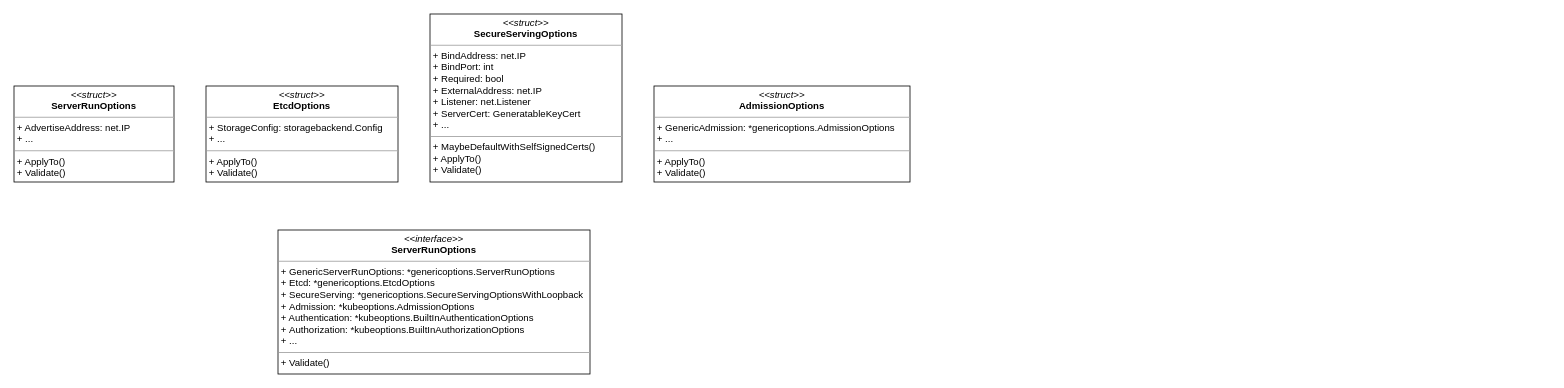
Richard-Joe/draw-io keeps this draw.io diagram as apiserver.drawio. Above is the earlier version. Source tidied: cells renumbered, new cells numbered last; positions are measured from the earlier drawing's top-left corner, leaving out a move shared by most shapes. Both pictures are drawn from the tidied source at 80%, with x=0, y=0 at pixel (14, 14).
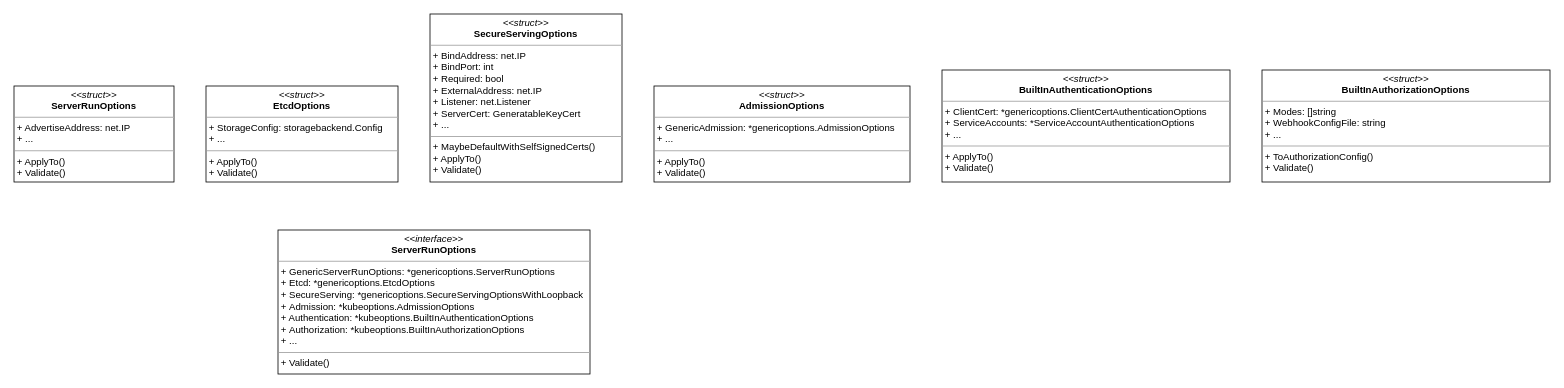
After the change.

Change to the diagram source:
```diff
@@
 <mxGraphModel>
   <root>
     <mxCell id="0" />
     <mxCell id="1" parent="0" />
     <mxCell id="2" value="&lt;p style=&quot;margin: 0px ; margin-top: 4px ; text-align: center&quot;&gt;&lt;i&gt;&amp;lt;&amp;lt;interface&amp;gt;&amp;gt;&lt;/i&gt;&lt;br&gt;&lt;b&gt;ServerRunOptions&lt;/b&gt;&lt;br&gt;&lt;/p&gt;&lt;hr size=&quot;1&quot;&gt;&lt;p style=&quot;margin: 0px ; margin-left: 4px&quot;&gt;+ GenericServerRunOptions: *genericoptions.ServerRunOptions&lt;br&gt;+ Etcd: *genericoptions.EtcdOptions&lt;/p&gt;&lt;p style=&quot;margin: 0px ; margin-left: 4px&quot;&gt;+&amp;nbsp;SecureServing:&amp;nbsp;*genericoptions.SecureServingOptionsWithLoopback&lt;/p&gt;&lt;p style=&quot;margin: 0px ; margin-left: 4px&quot;&gt;+&amp;nbsp;Admission:&amp;nbsp;*kubeoptions.AdmissionOptions&lt;/p&gt;&lt;p style=&quot;margin: 0px ; margin-left: 4px&quot;&gt;+ Authentication:&amp;nbsp;*kubeoptions.BuiltInAuthenticationOptions&lt;/p&gt;&lt;p style=&quot;margin: 0px ; margin-left: 4px&quot;&gt;+&amp;nbsp;Authorization:&amp;nbsp;*kubeoptions.BuiltInAuthorizationOptions&lt;/p&gt;&lt;p style=&quot;margin: 0px ; margin-left: 4px&quot;&gt;+ ...&lt;/p&gt;&lt;hr size=&quot;1&quot;&gt;&lt;p style=&quot;margin: 0px ; margin-left: 4px&quot;&gt;+ Validate()&lt;br&gt;&lt;/p&gt;" style="verticalAlign=top;align=left;overflow=fill;fontSize=12;fontFamily=Helvetica;html=1;" parent="1" vertex="1">
       <mxGeometry x="330" y="270" width="390" height="180" as="geometry" />
     </mxCell>
     <mxCell id="3" value="&lt;p style=&quot;margin: 0px ; margin-top: 4px ; text-align: center&quot;&gt;&lt;i&gt;&amp;lt;&amp;lt;struct&amp;gt;&amp;gt;&lt;/i&gt;&lt;br&gt;&lt;b&gt;SecureServingOptions&lt;/b&gt;&lt;br&gt;&lt;/p&gt;&lt;hr size=&quot;1&quot;&gt;&lt;p style=&quot;margin: 0px ; margin-left: 4px&quot;&gt;+ BindAddress: net.IP&lt;br&gt;+ BindPort: int&lt;/p&gt;&lt;p style=&quot;margin: 0px ; margin-left: 4px&quot;&gt;+&amp;nbsp;Required:&amp;nbsp;bool&lt;/p&gt;&lt;p style=&quot;margin: 0px ; margin-left: 4px&quot;&gt;+&amp;nbsp;ExternalAddress:&amp;nbsp;net.IP&lt;/p&gt;&lt;p style=&quot;margin: 0px ; margin-left: 4px&quot;&gt;+ Listener:&amp;nbsp;net.Listener&lt;/p&gt;&lt;p style=&quot;margin: 0px ; margin-left: 4px&quot;&gt;+&amp;nbsp;ServerCert:&amp;nbsp;GeneratableKeyCert&lt;/p&gt;&lt;p style=&quot;margin: 0px ; margin-left: 4px&quot;&gt;+ ...&lt;/p&gt;&lt;hr size=&quot;1&quot;&gt;&lt;p style=&quot;margin: 0px ; margin-left: 4px&quot;&gt;+ MaybeDefaultWithSelfSignedCerts()&lt;br&gt;+ ApplyTo()&lt;/p&gt;&lt;p style=&quot;margin: 0px ; margin-left: 4px&quot;&gt;+&amp;nbsp;Validate()&lt;/p&gt;" style="verticalAlign=top;align=left;overflow=fill;fontSize=12;fontFamily=Helvetica;html=1;" parent="1" vertex="1">
       <mxGeometry x="520" width="240" height="210" as="geometry" />
     </mxCell>
     <mxCell id="4" value="&lt;p style=&quot;margin: 0px ; margin-top: 4px ; text-align: center&quot;&gt;&lt;i&gt;&amp;lt;&amp;lt;struct&amp;gt;&amp;gt;&lt;/i&gt;&lt;br&gt;&lt;b&gt;ServerRunOptions&lt;/b&gt;&lt;br&gt;&lt;/p&gt;&lt;hr size=&quot;1&quot;&gt;&lt;p style=&quot;margin: 0px ; margin-left: 4px&quot;&gt;+ AdvertiseAddress: net.IP&lt;br&gt;&lt;/p&gt;&lt;p style=&quot;margin: 0px ; margin-left: 4px&quot;&gt;+ ...&lt;/p&gt;&lt;hr size=&quot;1&quot;&gt;&lt;p style=&quot;margin: 0px ; margin-left: 4px&quot;&gt;+ ApplyTo()&lt;/p&gt;&lt;p style=&quot;margin: 0px ; margin-left: 4px&quot;&gt;+&amp;nbsp;Validate()&lt;/p&gt;" style="verticalAlign=top;align=left;overflow=fill;fontSize=12;fontFamily=Helvetica;html=1;" parent="1" vertex="1">
       <mxGeometry y="90" width="200" height="120" as="geometry" />
     </mxCell>
     <mxCell id="5" value="&lt;p style=&quot;margin: 0px ; margin-top: 4px ; text-align: center&quot;&gt;&lt;i&gt;&amp;lt;&amp;lt;struct&amp;gt;&amp;gt;&lt;/i&gt;&lt;br&gt;&lt;b&gt;EtcdOptions&lt;/b&gt;&lt;br&gt;&lt;/p&gt;&lt;hr size=&quot;1&quot;&gt;&lt;p style=&quot;margin: 0px ; margin-left: 4px&quot;&gt;+ StorageConfig: storagebackend.Config&lt;br&gt;&lt;/p&gt;&lt;p style=&quot;margin: 0px ; margin-left: 4px&quot;&gt;+ ...&lt;/p&gt;&lt;hr size=&quot;1&quot;&gt;&lt;p style=&quot;margin: 0px ; margin-left: 4px&quot;&gt;+ ApplyTo()&lt;/p&gt;&lt;p style=&quot;margin: 0px ; margin-left: 4px&quot;&gt;+&amp;nbsp;Validate()&lt;/p&gt;" style="verticalAlign=top;align=left;overflow=fill;fontSize=12;fontFamily=Helvetica;html=1;" parent="1" vertex="1">
       <mxGeometry x="240" y="90" width="240" height="120" as="geometry" />
     </mxCell>
     <mxCell id="6" value="&lt;p style=&quot;margin: 0px ; margin-top: 4px ; text-align: center&quot;&gt;&lt;i&gt;&amp;lt;&amp;lt;struct&amp;gt;&amp;gt;&lt;/i&gt;&lt;br&gt;&lt;b&gt;AdmissionOptions&lt;/b&gt;&lt;br&gt;&lt;/p&gt;&lt;hr size=&quot;1&quot;&gt;&lt;p style=&quot;margin: 0px ; margin-left: 4px&quot;&gt;+ GenericAdmission: *genericoptions.AdmissionOptions&lt;br&gt;&lt;/p&gt;&lt;p style=&quot;margin: 0px ; margin-left: 4px&quot;&gt;+ ...&lt;/p&gt;&lt;hr size=&quot;1&quot;&gt;&lt;p style=&quot;margin: 0px ; margin-left: 4px&quot;&gt;+ ApplyTo()&lt;/p&gt;&lt;p style=&quot;margin: 0px ; margin-left: 4px&quot;&gt;+&amp;nbsp;Validate()&lt;/p&gt;" style="verticalAlign=top;align=left;overflow=fill;fontSize=12;fontFamily=Helvetica;html=1;" parent="1" vertex="1">
       <mxGeometry x="800" y="90" width="320" height="120" as="geometry" />
     </mxCell>
+    <mxCell id="7" value="&lt;p style=&quot;margin: 0px ; margin-top: 4px ; text-align: center&quot;&gt;&lt;i&gt;&amp;lt;&amp;lt;struct&amp;gt;&amp;gt;&lt;/i&gt;&lt;br&gt;&lt;b&gt;BuiltInAuthenticationOptions&lt;/b&gt;&lt;br&gt;&lt;/p&gt;&lt;hr size=&quot;1&quot;&gt;&lt;p style=&quot;margin: 0px ; margin-left: 4px&quot;&gt;+ ClientCert: *genericoptions.ClientCertAuthenticationOptions&lt;br&gt;&lt;/p&gt;&lt;p style=&quot;margin: 0px ; margin-left: 4px&quot;&gt;+ ServiceAccounts:&amp;nbsp;*ServiceAccountAuthenticationOptions&lt;/p&gt;&lt;p style=&quot;margin: 0px ; margin-left: 4px&quot;&gt;+ ...&lt;/p&gt;&lt;hr size=&quot;1&quot;&gt;&lt;p style=&quot;margin: 0px ; margin-left: 4px&quot;&gt;+ ApplyTo()&lt;/p&gt;&lt;p style=&quot;margin: 0px ; margin-left: 4px&quot;&gt;+&amp;nbsp;Validate()&lt;/p&gt;" style="verticalAlign=top;align=left;overflow=fill;fontSize=12;fontFamily=Helvetica;html=1;" parent="1" vertex="1">
+      <mxGeometry x="1160" y="70" width="360" height="140" as="geometry" />
+    </mxCell>
+    <mxCell id="8" value="&lt;p style=&quot;margin: 0px ; margin-top: 4px ; text-align: center&quot;&gt;&lt;i&gt;&amp;lt;&amp;lt;struct&amp;gt;&amp;gt;&lt;/i&gt;&lt;br&gt;&lt;b&gt;BuiltInAuthorizationOptions&lt;/b&gt;&lt;br&gt;&lt;/p&gt;&lt;hr size=&quot;1&quot;&gt;&lt;p style=&quot;margin: 0px ; margin-left: 4px&quot;&gt;+ Modes: []string&lt;br&gt;&lt;/p&gt;&lt;p style=&quot;margin: 0px ; margin-left: 4px&quot;&gt;+ WebhookConfigFile:&amp;nbsp;string&lt;/p&gt;&lt;p style=&quot;margin: 0px ; margin-left: 4px&quot;&gt;+ ...&lt;/p&gt;&lt;hr size=&quot;1&quot;&gt;&lt;p style=&quot;margin: 0px ; margin-left: 4px&quot;&gt;+ ToAuthorizationConfig()&lt;/p&gt;&lt;p style=&quot;margin: 0px ; margin-left: 4px&quot;&gt;+&amp;nbsp;Validate()&lt;/p&gt;" style="verticalAlign=top;align=left;overflow=fill;fontSize=12;fontFamily=Helvetica;html=1;" parent="1" vertex="1">
+      <mxGeometry x="1560" y="70" width="360" height="140" as="geometry" />
+    </mxCell>
   </root>
 </mxGraphModel>
```
